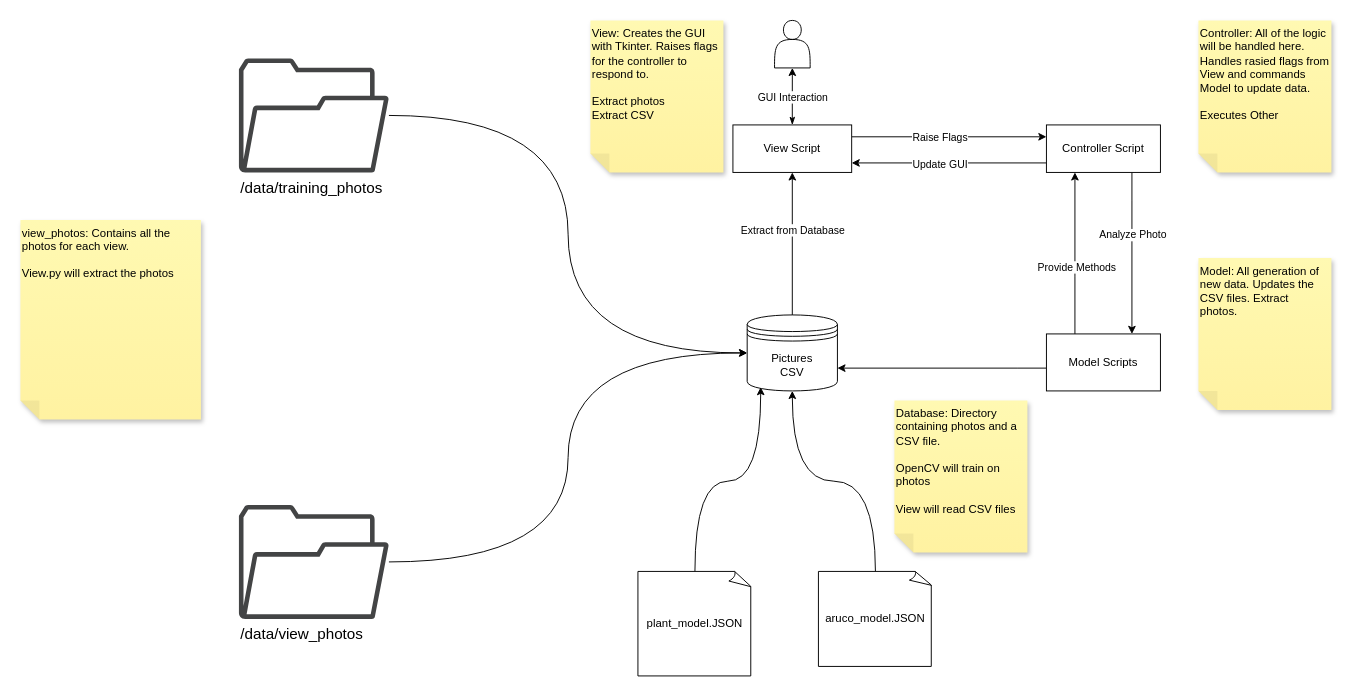
Earlier version of the draw.io diagram page "System_Overview" (1 of 3) of docs/block_diagram_flower_growth_tracker.drawio (JovanyZepeda/miniature-doodle). Source tidied: cells renumbered, new cells numbered last; positions are measured from the earlier drawing's top-left corner, leaving out a move shared by most shapes. Both pictures are drawn from the tidied source at 95%, with x=0, y=0 at pixel (20, 20).
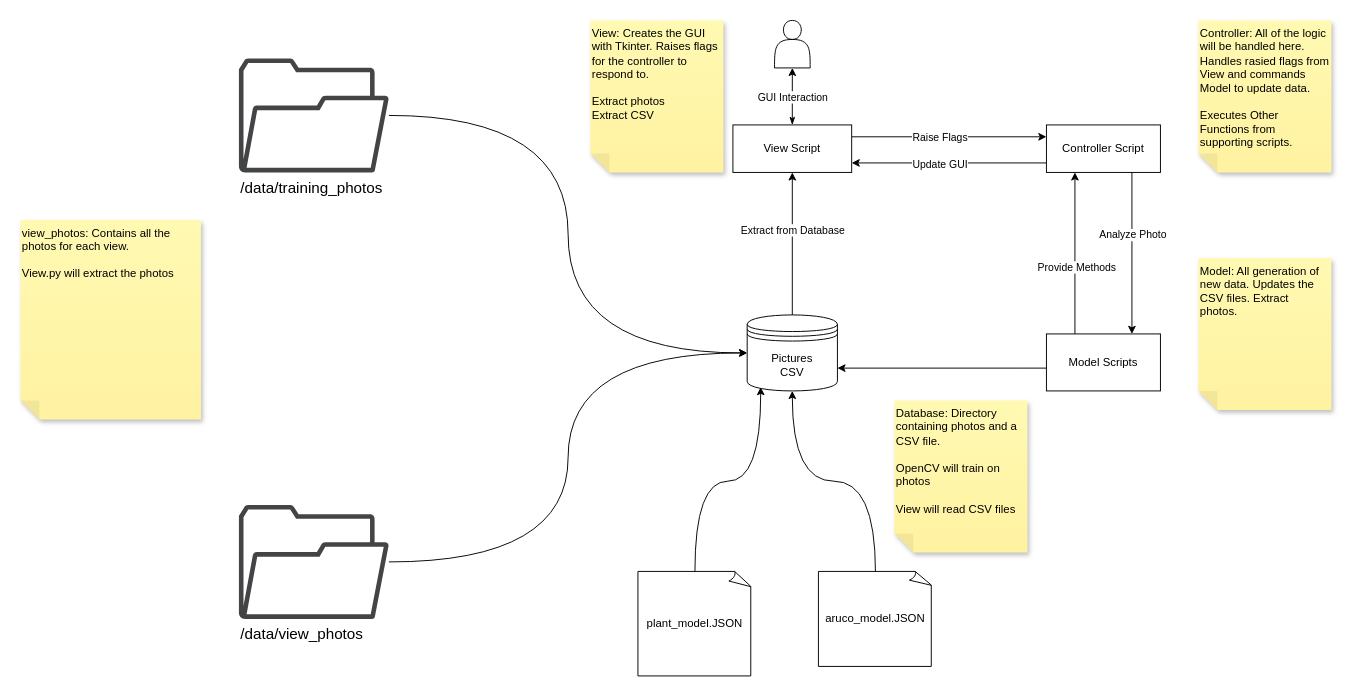
The same page after the edit.

The edit, as a diff of the source:
```diff
@@
-    <mxCell id="20" value="Controller: All of the logic will be handled here. Handles rasied flags from View and commands Model to update data.&amp;nbsp;&lt;br&gt;&lt;br&gt;Executes Other" style="shape=note;whiteSpace=wrap;html=1;backgroundOutline=1;fontColor=#000000;darkOpacity=0.05;fillColor=#FFF9B2;strokeColor=none;fillStyle=solid;direction=west;gradientDirection=north;gradientColor=#FFF2A1;shadow=1;size=20;horizontal=1;verticalAlign=top;align=left;" parent="1" vertex="1">
+    <mxCell id="20" value="Controller: All of the logic will be handled here. Handles rasied flags from View and commands Model to update data.&amp;nbsp;&lt;br&gt;&lt;br&gt;Executes Other Functions from supporting scripts.&amp;nbsp;" style="shape=note;whiteSpace=wrap;html=1;backgroundOutline=1;fontColor=#000000;darkOpacity=0.05;fillColor=#FFF9B2;strokeColor=none;fillStyle=solid;direction=west;gradientDirection=north;gradientColor=#FFF2A1;shadow=1;size=20;horizontal=1;verticalAlign=top;align=left;" parent="1" vertex="1">
       <mxGeometry x="1240" width="140" height="160" as="geometry" />
     </mxCell>
```
